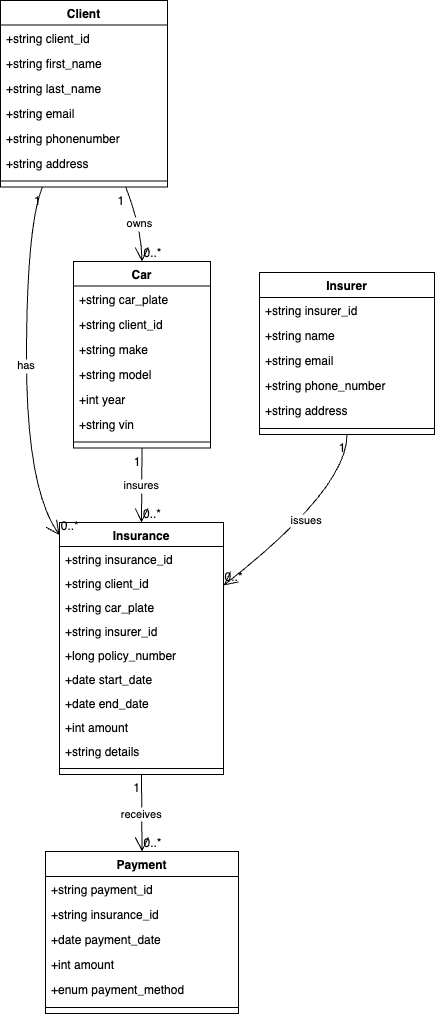
The draw.io diagram webapps_db_diagram.drawio.png in VeselinRadev/WebAppsJava, before a commit. Source tidied: cells renumbered, new cells last; positions are measured from the earlier drawing's top-left corner, leaving out a move shared by most shapes. Its diagram source:
```xml
<mxGraphModel>
  <root>
    <mxCell id="0" />
    <mxCell id="1" parent="0" />
    <mxCell id="2" value="Client" style="swimlane;fontStyle=1;align=center;verticalAlign=top;horizontal=1;startSize=24.6;" parent="1" vertex="1">
      <mxGeometry width="167" height="186.6" as="geometry" />
    </mxCell>
    <mxCell id="3" value="+string client_id" style="text;strokeColor=none;fillColor=none;align=left;verticalAlign=top;spacingLeft=4;spacingRight=4;overflow=hidden;" parent="2" vertex="1">
      <mxGeometry y="24.6" width="167" height="25" as="geometry" />
    </mxCell>
    <mxCell id="4" value="+string first_name" style="text;strokeColor=none;fillColor=none;align=left;verticalAlign=top;spacingLeft=4;spacingRight=4;overflow=hidden;" parent="2" vertex="1">
      <mxGeometry y="49.6" width="167" height="25" as="geometry" />
    </mxCell>
    <mxCell id="5" value="+string last_name" style="text;strokeColor=none;fillColor=none;align=left;verticalAlign=top;spacingLeft=4;spacingRight=4;overflow=hidden;" parent="2" vertex="1">
      <mxGeometry y="74.6" width="167" height="25" as="geometry" />
    </mxCell>
    <mxCell id="6" value="+string email" style="text;strokeColor=none;fillColor=none;align=left;verticalAlign=top;spacingLeft=4;spacingRight=4;overflow=hidden;" parent="2" vertex="1">
      <mxGeometry y="99.6" width="167" height="25" as="geometry" />
    </mxCell>
    <mxCell id="7" value="+string phonenumber" style="text;strokeColor=none;fillColor=none;align=left;verticalAlign=top;spacingLeft=4;spacingRight=4;overflow=hidden;" parent="2" vertex="1">
      <mxGeometry y="124.6" width="167" height="25" as="geometry" />
    </mxCell>
    <mxCell id="8" value="+string address" style="text;strokeColor=none;fillColor=none;align=left;verticalAlign=top;spacingLeft=4;spacingRight=4;overflow=hidden;" parent="2" vertex="1">
      <mxGeometry y="149.6" width="167" height="25" as="geometry" />
    </mxCell>
    <mxCell id="9" style="line;strokeWidth=1;fillColor=none;align=left;verticalAlign=middle;spacingTop=-1;spacingLeft=3;spacingRight=3;labelPosition=right;strokeColor=inherit;" parent="2" vertex="1">
      <mxGeometry y="174.6" width="167" height="12" as="geometry" />
    </mxCell>
    <mxCell id="10" value="Car" style="swimlane;fontStyle=1;align=center;verticalAlign=top;horizontal=1;startSize=24.6;" parent="1" vertex="1">
      <mxGeometry x="73" y="261" width="137" height="186.6" as="geometry" />
    </mxCell>
    <mxCell id="11" value="+string car_plate" style="text;strokeColor=none;fillColor=none;align=left;verticalAlign=top;spacingLeft=4;spacingRight=4;overflow=hidden;" parent="10" vertex="1">
      <mxGeometry y="24.6" width="137" height="25" as="geometry" />
    </mxCell>
    <mxCell id="12" value="+string client_id" style="text;strokeColor=none;fillColor=none;align=left;verticalAlign=top;spacingLeft=4;spacingRight=4;overflow=hidden;" parent="10" vertex="1">
      <mxGeometry y="49.6" width="137" height="25" as="geometry" />
    </mxCell>
    <mxCell id="13" value="+string make" style="text;strokeColor=none;fillColor=none;align=left;verticalAlign=top;spacingLeft=4;spacingRight=4;overflow=hidden;" parent="10" vertex="1">
      <mxGeometry y="74.6" width="137" height="25" as="geometry" />
    </mxCell>
    <mxCell id="14" value="+string model" style="text;strokeColor=none;fillColor=none;align=left;verticalAlign=top;spacingLeft=4;spacingRight=4;overflow=hidden;" parent="10" vertex="1">
      <mxGeometry y="99.6" width="137" height="25" as="geometry" />
    </mxCell>
    <mxCell id="15" value="+int year" style="text;strokeColor=none;fillColor=none;align=left;verticalAlign=top;spacingLeft=4;spacingRight=4;overflow=hidden;" parent="10" vertex="1">
      <mxGeometry y="124.6" width="137" height="25" as="geometry" />
    </mxCell>
    <mxCell id="16" value="+string vin" style="text;strokeColor=none;fillColor=none;align=left;verticalAlign=top;spacingLeft=4;spacingRight=4;overflow=hidden;" parent="10" vertex="1">
      <mxGeometry y="149.6" width="137" height="25" as="geometry" />
    </mxCell>
    <mxCell id="17" style="line;strokeWidth=1;fillColor=none;align=left;verticalAlign=middle;spacingTop=-1;spacingLeft=3;spacingRight=3;labelPosition=right;strokeColor=inherit;" parent="10" vertex="1">
      <mxGeometry y="174.6" width="137" height="12" as="geometry" />
    </mxCell>
    <mxCell id="18" value="Insurer" style="swimlane;fontStyle=1;align=center;verticalAlign=top;horizontal=1;startSize=24.923076923076923;" parent="1" vertex="1">
      <mxGeometry x="259" y="272" width="175" height="161.9" as="geometry" />
    </mxCell>
    <mxCell id="19" value="+string insurer_id" style="text;strokeColor=none;fillColor=none;align=left;verticalAlign=top;spacingLeft=4;spacingRight=4;overflow=hidden;" parent="18" vertex="1">
      <mxGeometry y="24.9" width="175" height="25" as="geometry" />
    </mxCell>
    <mxCell id="20" value="+string name" style="text;strokeColor=none;fillColor=none;align=left;verticalAlign=top;spacingLeft=4;spacingRight=4;overflow=hidden;" parent="18" vertex="1">
      <mxGeometry y="49.9" width="175" height="25" as="geometry" />
    </mxCell>
    <mxCell id="21" value="+string email" style="text;strokeColor=none;fillColor=none;align=left;verticalAlign=top;spacingLeft=4;spacingRight=4;overflow=hidden;" parent="18" vertex="1">
      <mxGeometry y="74.9" width="175" height="25" as="geometry" />
    </mxCell>
    <mxCell id="22" value="+string phone_number" style="text;strokeColor=none;fillColor=none;align=left;verticalAlign=top;spacingLeft=4;spacingRight=4;overflow=hidden;" parent="18" vertex="1">
      <mxGeometry y="99.9" width="175" height="25" as="geometry" />
    </mxCell>
    <mxCell id="23" value="+string address" style="text;strokeColor=none;fillColor=none;align=left;verticalAlign=top;spacingLeft=4;spacingRight=4;overflow=hidden;" parent="18" vertex="1">
      <mxGeometry y="124.9" width="175" height="25" as="geometry" />
    </mxCell>
    <mxCell id="24" style="line;strokeWidth=1;fillColor=none;align=left;verticalAlign=middle;spacingTop=-1;spacingLeft=3;spacingRight=3;labelPosition=right;strokeColor=inherit;" parent="18" vertex="1">
      <mxGeometry y="149.9" width="175" height="12" as="geometry" />
    </mxCell>
    <mxCell id="25" value="Insurance" style="swimlane;fontStyle=1;align=center;verticalAlign=top;horizontal=1;startSize=24;" parent="1" vertex="1">
      <mxGeometry x="59" y="522" width="164" height="252" as="geometry" />
    </mxCell>
    <mxCell id="26" value="+string insurance_id" style="text;strokeColor=none;fillColor=none;align=left;verticalAlign=top;spacingLeft=4;spacingRight=4;overflow=hidden;" parent="25" vertex="1">
      <mxGeometry y="24" width="164" height="24" as="geometry" />
    </mxCell>
    <mxCell id="27" value="+string client_id" style="text;strokeColor=none;fillColor=none;align=left;verticalAlign=top;spacingLeft=4;spacingRight=4;overflow=hidden;" parent="25" vertex="1">
      <mxGeometry y="48" width="164" height="24" as="geometry" />
    </mxCell>
    <mxCell id="28" value="+string car_plate" style="text;strokeColor=none;fillColor=none;align=left;verticalAlign=top;spacingLeft=4;spacingRight=4;overflow=hidden;" parent="25" vertex="1">
      <mxGeometry y="72" width="164" height="24" as="geometry" />
    </mxCell>
    <mxCell id="29" value="+string insurer_id" style="text;strokeColor=none;fillColor=none;align=left;verticalAlign=top;spacingLeft=4;spacingRight=4;overflow=hidden;" parent="25" vertex="1">
      <mxGeometry y="96" width="164" height="24" as="geometry" />
    </mxCell>
    <mxCell id="30" value="+long policy_number" style="text;strokeColor=none;fillColor=none;align=left;verticalAlign=top;spacingLeft=4;spacingRight=4;overflow=hidden;" parent="25" vertex="1">
      <mxGeometry y="120" width="164" height="24" as="geometry" />
    </mxCell>
    <mxCell id="31" value="+date start_date" style="text;strokeColor=none;fillColor=none;align=left;verticalAlign=top;spacingLeft=4;spacingRight=4;overflow=hidden;" parent="25" vertex="1">
      <mxGeometry y="144" width="164" height="24" as="geometry" />
    </mxCell>
    <mxCell id="32" value="+date end_date" style="text;strokeColor=none;fillColor=none;align=left;verticalAlign=top;spacingLeft=4;spacingRight=4;overflow=hidden;" parent="25" vertex="1">
      <mxGeometry y="168" width="164" height="24" as="geometry" />
    </mxCell>
    <mxCell id="33" value="+int amount" style="text;strokeColor=none;fillColor=none;align=left;verticalAlign=top;spacingLeft=4;spacingRight=4;overflow=hidden;" parent="25" vertex="1">
      <mxGeometry y="192" width="164" height="24" as="geometry" />
    </mxCell>
    <mxCell id="34" value="+string details" style="text;strokeColor=none;fillColor=none;align=left;verticalAlign=top;spacingLeft=4;spacingRight=4;overflow=hidden;" parent="25" vertex="1">
      <mxGeometry y="216" width="164" height="24" as="geometry" />
    </mxCell>
    <mxCell id="35" style="line;strokeWidth=1;fillColor=none;align=left;verticalAlign=middle;spacingTop=-1;spacingLeft=3;spacingRight=3;labelPosition=right;strokeColor=inherit;" parent="25" vertex="1">
      <mxGeometry y="240" width="164" height="12" as="geometry" />
    </mxCell>
    <mxCell id="36" value="Payment" style="swimlane;fontStyle=1;align=center;verticalAlign=top;horizontal=1;startSize=24.923076923076923;" parent="1" vertex="1">
      <mxGeometry x="45" y="851" width="193" height="161.9" as="geometry" />
    </mxCell>
    <mxCell id="37" value="+string payment_id" style="text;strokeColor=none;fillColor=none;align=left;verticalAlign=top;spacingLeft=4;spacingRight=4;overflow=hidden;" parent="36" vertex="1">
      <mxGeometry y="24.9" width="193" height="25" as="geometry" />
    </mxCell>
    <mxCell id="38" value="+string insurance_id" style="text;strokeColor=none;fillColor=none;align=left;verticalAlign=top;spacingLeft=4;spacingRight=4;overflow=hidden;" parent="36" vertex="1">
      <mxGeometry y="49.9" width="193" height="25" as="geometry" />
    </mxCell>
    <mxCell id="39" value="+date payment_date" style="text;strokeColor=none;fillColor=none;align=left;verticalAlign=top;spacingLeft=4;spacingRight=4;overflow=hidden;" parent="36" vertex="1">
      <mxGeometry y="74.9" width="193" height="25" as="geometry" />
    </mxCell>
    <mxCell id="40" value="+int amount" style="text;strokeColor=none;fillColor=none;align=left;verticalAlign=top;spacingLeft=4;spacingRight=4;overflow=hidden;" parent="36" vertex="1">
      <mxGeometry y="99.9" width="193" height="25" as="geometry" />
    </mxCell>
    <mxCell id="41" value="+enum payment_method" style="text;strokeColor=none;fillColor=none;align=left;verticalAlign=top;spacingLeft=4;spacingRight=4;overflow=hidden;" parent="36" vertex="1">
      <mxGeometry y="124.9" width="193" height="25" as="geometry" />
    </mxCell>
    <mxCell id="42" style="line;strokeWidth=1;fillColor=none;align=left;verticalAlign=middle;spacingTop=-1;spacingLeft=3;spacingRight=3;labelPosition=right;strokeColor=inherit;" parent="36" vertex="1">
      <mxGeometry y="149.9" width="193" height="12" as="geometry" />
    </mxCell>
    <mxCell id="43" value="owns" style="curved=1;startArrow=none;endArrow=open;endSize=12;exitX=0.75;exitY=1;entryX=0.5;entryY=0;rounded=0;" parent="1" edge="1" source="2" target="10">
      <mxGeometry relative="1" as="geometry">
        <Array as="points">
          <mxPoint x="141" y="227" />
        </Array>
      </mxGeometry>
    </mxCell>
    <mxCell id="44" value="1" style="edgeLabel;labelBackgroundColor=none;fontSize=12;align=right;verticalAlign=top;" parent="43" vertex="1">
      <mxGeometry x="-1" relative="1" as="geometry" />
    </mxCell>
    <mxCell id="45" value="0..*" style="edgeLabel;labelBackgroundColor=none;fontSize=12;align=left;verticalAlign=bottom;" parent="43" vertex="1">
      <mxGeometry x="1" relative="1" as="geometry" />
    </mxCell>
    <mxCell id="46" value="has" style="curved=1;startArrow=none;endArrow=open;endSize=12;exitX=0.25;exitY=1;entryX=0;entryY=0.05;rounded=0;" parent="1" edge="1" source="2" target="25">
      <mxGeometry relative="1" as="geometry">
        <Array as="points">
          <mxPoint x="26" y="227" />
          <mxPoint x="26" y="488" />
        </Array>
      </mxGeometry>
    </mxCell>
    <mxCell id="47" value="1" style="edgeLabel;labelBackgroundColor=none;fontSize=12;align=right;verticalAlign=top;" parent="46" vertex="1">
      <mxGeometry x="-1" relative="1" as="geometry" />
    </mxCell>
    <mxCell id="48" value="0..*" style="edgeLabel;labelBackgroundColor=none;fontSize=12;align=left;verticalAlign=bottom;" parent="46" vertex="1">
      <mxGeometry x="1" relative="1" as="geometry" />
    </mxCell>
    <mxCell id="49" value="insures" style="curved=1;startArrow=none;endArrow=open;endSize=12;exitX=0.5;exitY=1;entryX=0.5;entryY=0;rounded=0;" parent="1" edge="1" source="10" target="25">
      <mxGeometry relative="1" as="geometry" />
    </mxCell>
    <mxCell id="50" value="1" style="edgeLabel;labelBackgroundColor=none;fontSize=12;align=right;verticalAlign=top;" parent="49" vertex="1">
      <mxGeometry x="-1" relative="1" as="geometry" />
    </mxCell>
    <mxCell id="51" value="0..*" style="edgeLabel;labelBackgroundColor=none;fontSize=12;align=left;verticalAlign=bottom;" parent="49" vertex="1">
      <mxGeometry x="1" relative="1" as="geometry" />
    </mxCell>
    <mxCell id="52" value="issues" style="curved=1;startArrow=none;endArrow=open;endSize=12;exitX=0.5;exitY=1;entryX=1;entryY=0.25;rounded=0;" parent="1" edge="1" source="18" target="25">
      <mxGeometry relative="1" as="geometry">
        <Array as="points">
          <mxPoint x="347" y="488" />
        </Array>
      </mxGeometry>
    </mxCell>
    <mxCell id="53" value="1" style="edgeLabel;labelBackgroundColor=none;fontSize=12;align=right;verticalAlign=top;" parent="52" vertex="1">
      <mxGeometry x="-1" relative="1" as="geometry" />
    </mxCell>
    <mxCell id="54" value="0..*" style="edgeLabel;labelBackgroundColor=none;fontSize=12;align=left;verticalAlign=bottom;" parent="52" vertex="1">
      <mxGeometry x="1" relative="1" as="geometry" />
    </mxCell>
    <mxCell id="55" value="receives" style="curved=1;startArrow=none;endArrow=open;endSize=12;exitX=0.5;exitY=1;entryX=0.5;entryY=0;rounded=0;" parent="1" edge="1" source="25" target="36">
      <mxGeometry relative="1" as="geometry" />
    </mxCell>
    <mxCell id="56" value="1" style="edgeLabel;labelBackgroundColor=none;fontSize=12;align=right;verticalAlign=top;" parent="55" vertex="1">
      <mxGeometry x="-1" relative="1" as="geometry" />
    </mxCell>
    <mxCell id="57" value="0..*" style="edgeLabel;labelBackgroundColor=none;fontSize=12;align=left;verticalAlign=bottom;" parent="55" vertex="1">
      <mxGeometry x="1" relative="1" as="geometry" />
    </mxCell>
  </root>
</mxGraphModel>
```
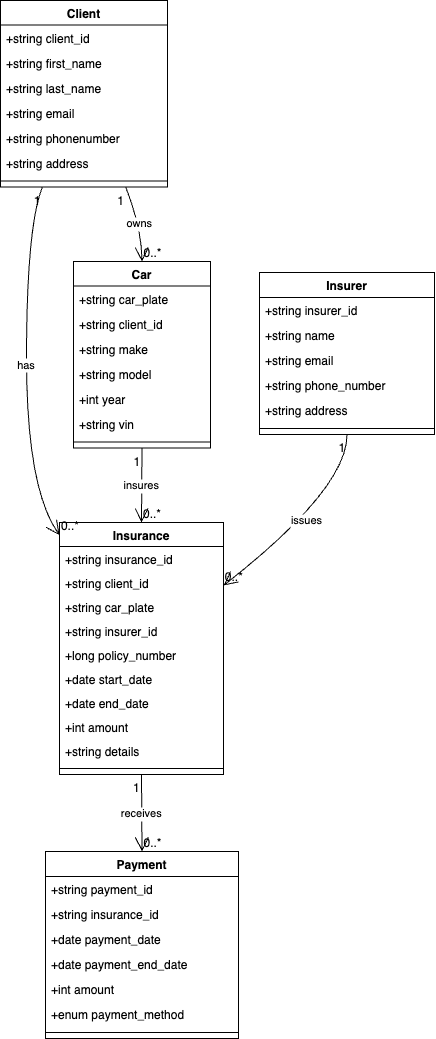
The same diagram one commit later.

Commit message:
add payment end date to diagram and collection

Diff of the diagram source:
```diff
@@ -105,7 +105,7 @@
       <mxGeometry y="240" width="164" height="12" as="geometry" />
     </mxCell>
     <mxCell id="36" value="Payment" style="swimlane;fontStyle=1;align=center;verticalAlign=top;horizontal=1;startSize=24.923076923076923;" parent="1" vertex="1">
-      <mxGeometry x="45" y="851" width="193" height="161.9" as="geometry" />
+      <mxGeometry x="45" y="851" width="193" height="186.9" as="geometry" />
     </mxCell>
     <mxCell id="37" value="+string payment_id" style="text;strokeColor=none;fillColor=none;align=left;verticalAlign=top;spacingLeft=4;spacingRight=4;overflow=hidden;" parent="36" vertex="1">
       <mxGeometry y="24.9" width="193" height="25" as="geometry" />
@@ -116,14 +116,17 @@
     <mxCell id="39" value="+date payment_date" style="text;strokeColor=none;fillColor=none;align=left;verticalAlign=top;spacingLeft=4;spacingRight=4;overflow=hidden;" parent="36" vertex="1">
       <mxGeometry y="74.9" width="193" height="25" as="geometry" />
     </mxCell>
+    <mxCell id="58" value="+date payment_end_date" style="text;strokeColor=none;fillColor=none;align=left;verticalAlign=top;spacingLeft=4;spacingRight=4;overflow=hidden;" parent="36" vertex="1">
+      <mxGeometry y="99.9" width="193" height="25" as="geometry" />
+    </mxCell>
     <mxCell id="40" value="+int amount" style="text;strokeColor=none;fillColor=none;align=left;verticalAlign=top;spacingLeft=4;spacingRight=4;overflow=hidden;" parent="36" vertex="1">
-      <mxGeometry y="99.9" width="193" height="25" as="geometry" />
+      <mxGeometry y="124.9" width="193" height="25" as="geometry" />
     </mxCell>
     <mxCell id="41" value="+enum payment_method" style="text;strokeColor=none;fillColor=none;align=left;verticalAlign=top;spacingLeft=4;spacingRight=4;overflow=hidden;" parent="36" vertex="1">
-      <mxGeometry y="124.9" width="193" height="25" as="geometry" />
+      <mxGeometry y="149.9" width="193" height="25" as="geometry" />
     </mxCell>
     <mxCell id="42" style="line;strokeWidth=1;fillColor=none;align=left;verticalAlign=middle;spacingTop=-1;spacingLeft=3;spacingRight=3;labelPosition=right;strokeColor=inherit;" parent="36" vertex="1">
-      <mxGeometry y="149.9" width="193" height="12" as="geometry" />
+      <mxGeometry y="174.9" width="193" height="12" as="geometry" />
     </mxCell>
     <mxCell id="43" value="owns" style="curved=1;startArrow=none;endArrow=open;endSize=12;exitX=0.75;exitY=1;entryX=0.5;entryY=0;rounded=0;" parent="1" edge="1" source="2" target="10">
       <mxGeometry relative="1" as="geometry">
```
